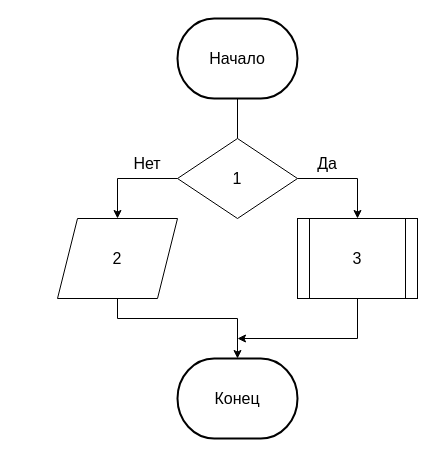
ZakharTS/kpo_course keeps this draw.io diagram as блок-схемы/рисунок 20.drawio. Above is the earlier version. Source tidied: cells renumbered, new cells numbered last; positions are measured from the earlier drawing's top-left corner, leaving out a move shared by most shapes. Both pictures are drawn from the tidied source at 100%, with x=0, y=0 at pixel (57, 18).
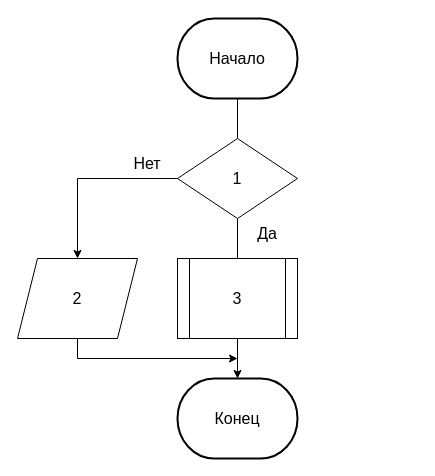
Above is the later version.

The change refers to these unchanged cells:
```xml
<mxCell id="7" value="1" style="rhombus;whiteSpace=wrap;html=1;fontSize=16;" parent="1" vertex="1">
  <mxGeometry x="120" y="120" width="120" height="80" as="geometry" />
</mxCell>
```

Change to the diagram source:
```diff
@@
     <mxCell id="2" value="&lt;font style=&quot;font-size: 16px;&quot;&gt;Конец&lt;/font&gt;" style="strokeWidth=2;html=1;shape=mxgraph.flowchart.terminator;whiteSpace=wrap;" parent="1" vertex="1">
-      <mxGeometry x="120" y="340" width="120" height="80" as="geometry" />
+      <mxGeometry x="120" y="360" width="120" height="80" as="geometry" />
     </mxCell>
@@
-    <mxCell id="5" style="edgeStyle=orthogonalEdgeStyle;rounded=0;jettySize=auto;html=1;entryX=0.5;entryY=0;entryDx=0;entryDy=0;fontSize=16;" parent="1" edge="1" source="7">
-      <mxGeometry relative="1" as="geometry">
-        <mxPoint x="300" y="200" as="targetPoint" />
-        <Array as="points">
-          <mxPoint x="300" y="160" />
-        </Array>
-      </mxGeometry>
-    </mxCell>
-    <mxCell id="6" style="edgeStyle=orthogonalEdgeStyle;rounded=0;jettySize=auto;html=1;fontSize=16;" parent="1" edge="1" source="7">
+    <mxCell id="6" style="edgeStyle=orthogonalEdgeStyle;rounded=0;jettySize=auto;html=1;fontSize=16;entryX=0.5;entryY=0;entryDx=0;entryDy=0;" parent="1" edge="1" source="7" target="13">
       <mxGeometry relative="1" as="geometry">
-        <mxPoint x="60" y="200" as="targetPoint" />
         <Array as="points">
-          <mxPoint x="60" y="160" />
+          <mxPoint x="20" y="160" />
         </Array>
       </mxGeometry>
     </mxCell>
+    <mxCell id="14" style="edgeStyle=orthogonalEdgeStyle;rounded=0;jettySize=auto;html=1;entryX=0.5;entryY=0;entryDx=0;entryDy=0;endArrow=none;endFill=0;" parent="1" edge="1" source="7" target="11">
+      <mxGeometry relative="1" as="geometry" />
+    </mxCell>
@@
     <mxCell id="8" value="Да" style="text;html=1;strokeColor=none;fillColor=none;align=center;verticalAlign=middle;whiteSpace=wrap;rounded=0;fontSize=16;" parent="1" vertex="1">
-      <mxGeometry x="240" y="130" width="60" height="30" as="geometry" />
+      <mxGeometry x="180" y="200" width="60" height="30" as="geometry" />
     </mxCell>
@@
-    <mxCell id="10" style="edgeStyle=orthogonalEdgeStyle;rounded=0;jettySize=auto;html=1;fontSize=16;endArrow=classic;endFill=1;" parent="1" edge="1" source="11">
-      <mxGeometry relative="1" as="geometry">
-        <mxPoint x="180" y="320" as="targetPoint" />
-        <Array as="points">
-          <mxPoint x="300" y="320" />
-        </Array>
-      </mxGeometry>
-    </mxCell>
+    <mxCell id="15" style="edgeStyle=orthogonalEdgeStyle;rounded=0;jettySize=auto;html=1;entryX=0.5;entryY=0;entryDx=0;entryDy=0;entryPerimeter=0;endArrow=classic;endFill=1;" parent="1" edge="1" source="11" target="2">
+      <mxGeometry relative="1" as="geometry" />
+    </mxCell>
     <mxCell id="11" value="3" style="shape=process;whiteSpace=wrap;html=1;backgroundOutline=1;fontSize=16;" parent="1" vertex="1">
-      <mxGeometry x="240" y="200" width="120" height="80" as="geometry" />
+      <mxGeometry x="120" y="240" width="120" height="80" as="geometry" />
     </mxCell>
-    <mxCell id="12" style="edgeStyle=orthogonalEdgeStyle;rounded=0;jettySize=auto;html=1;entryX=0.5;entryY=0;entryDx=0;entryDy=0;entryPerimeter=0;fontSize=16;endArrow=classic;endFill=1;" parent="1" edge="1" source="13" target="2">
-      <mxGeometry relative="1" as="geometry">
-        <Array as="points">
-          <mxPoint x="60" y="300" />
-          <mxPoint x="180" y="300" />
-        </Array>
-      </mxGeometry>
-    </mxCell>
+    <mxCell id="16" style="edgeStyle=orthogonalEdgeStyle;rounded=0;jettySize=auto;html=1;endArrow=classic;endFill=1;" parent="1" edge="1" source="13">
+      <mxGeometry relative="1" as="geometry">
+        <mxPoint x="180" y="340" as="targetPoint" />
+        <Array as="points">
+          <mxPoint x="20" y="340" />
+        </Array>
+      </mxGeometry>
+    </mxCell>
     <mxCell id="13" value="2" style="shape=parallelogram;perimeter=parallelogramPerimeter;whiteSpace=wrap;html=1;fixedSize=1;fontSize=16;" parent="1" vertex="1">
-      <mxGeometry y="200" width="120" height="80" as="geometry" />
+      <mxGeometry x="-40" y="240" width="120" height="80" as="geometry" />
     </mxCell>
```
